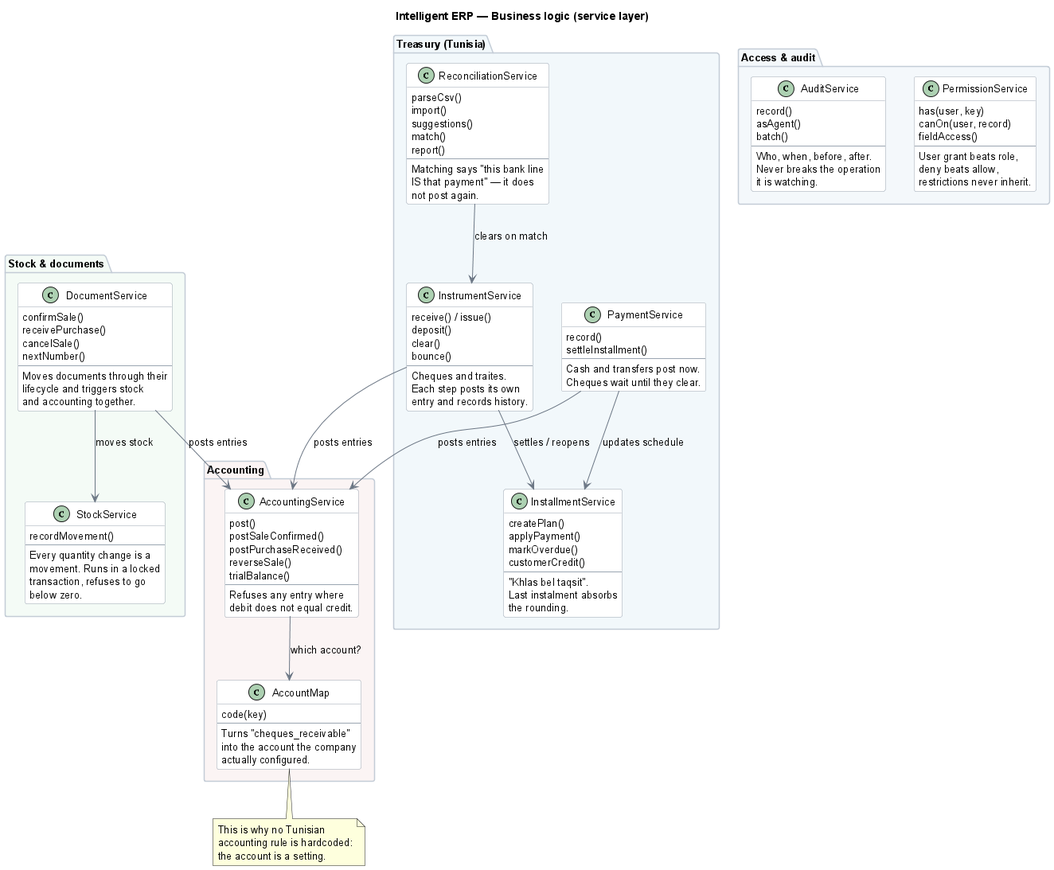
mariemtnb/ERP-AI-odoo-like keeps this PlantUML diagram as diagrams/class-diagram.png. Above is the earlier version.
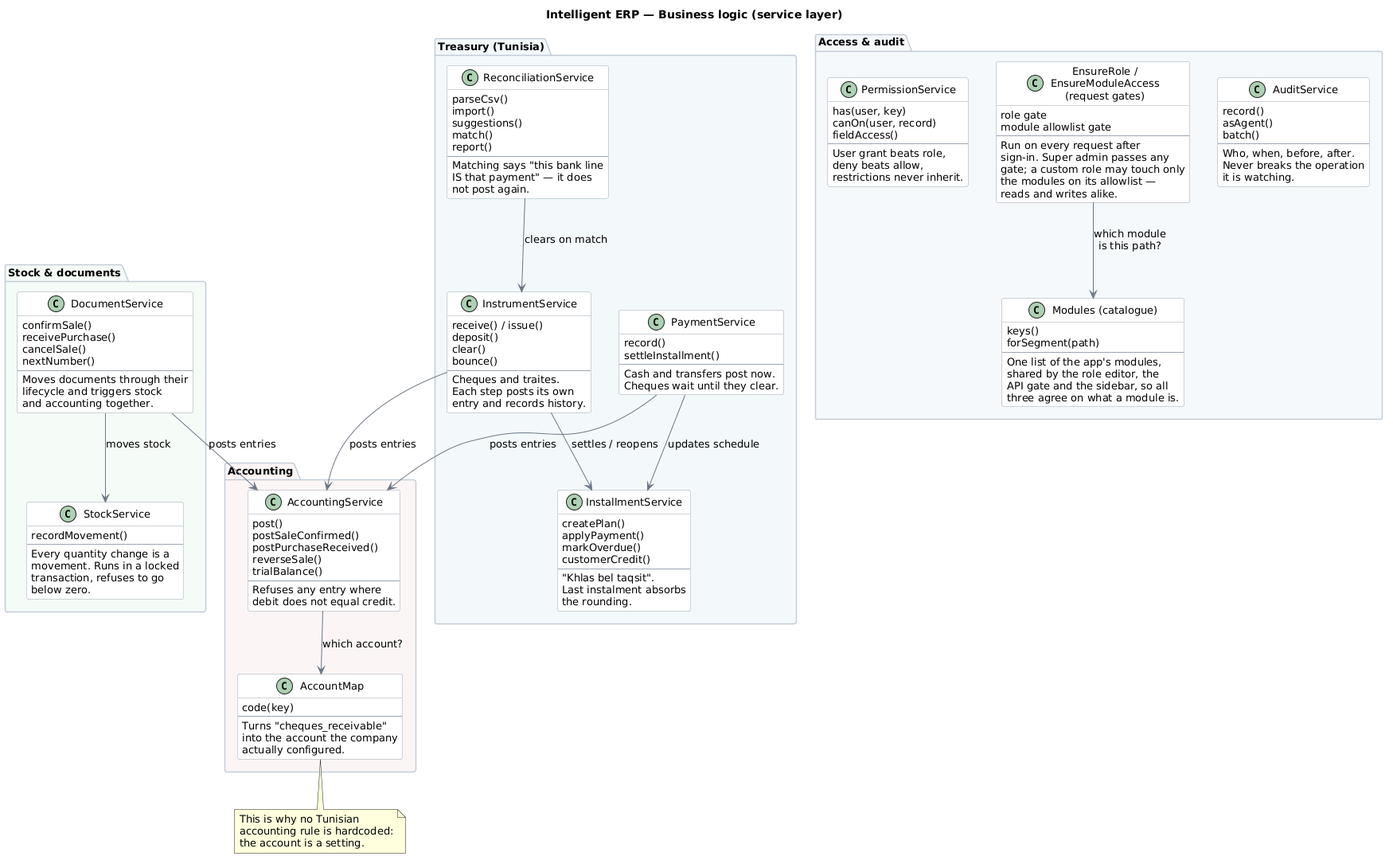
Later version of the same file.

The edit, as a diff of the source:
```diff
@@ -114,6 +114,27 @@
     restrictions never inherit.
   }
 
+  class "EnsureRole /\nEnsureModuleAccess\n(request gates)" as gates {
+    role gate
+    module allowlist gate
+    --
+    Run on every request after
+    sign-in. Super admin passes any
+    gate; a custom role may touch only
+    the modules on its allowlist —
+    reads and writes alike.
+  }
+
+  class "Modules (catalogue)" as modules {
+    keys()
+    forSegment(path)
+    --
+    One list of the app's modules,
+    shared by the role editor, the
+    API gate and the sidebar, so all
+    three agree on what a module is.
+  }
+
   class AuditService {
     record()
     asAgent()
@@ -124,6 +145,8 @@
     it is watching.
   }
 }
+
+gates --> modules : which module\nis this path?
 
 DocumentService --> StockService : moves stock
 DocumentService --> AccountingService : posts entries
```
